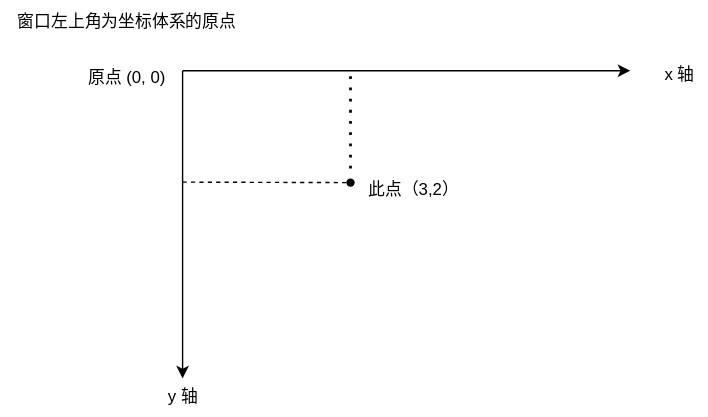
shenbeipiao/Tank keeps this draw.io diagram as pages/坦克大战.drawio.svg. Above is the earlier version. Source tidied: cells renumbered, new cells last; positions are measured from the earlier drawing's top-left corner, leaving out a move shared by most shapes.
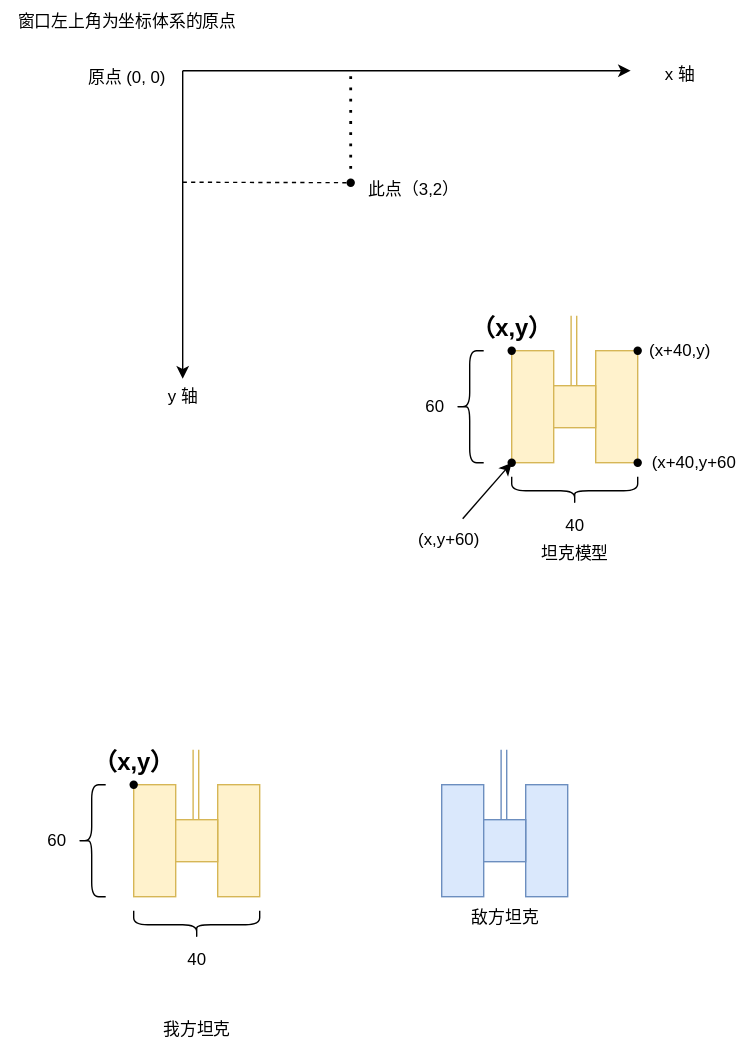
The same file after the commit.

Commit message:
更新坦克大战.drawio.svg

The edit, as a diff of the source:
```diff
@@ -46,5 +46,118 @@
     <mxCell id="12" value="窗口左上角为坐标体系的原点" style="text;html=1;align=center;verticalAlign=middle;strokeColor=none;fillColor=none;" parent="1" vertex="1">
       <mxGeometry width="180" height="30" as="geometry" />
     </mxCell>
+    <mxCell id="13" style="rounded=0;whiteSpace=wrap;html=1;direction=south;fillColor=#fff2cc;strokeColor=#d6b656;" parent="1" vertex="1">
+      <mxGeometry x="95" y="560" width="30" height="80" as="geometry" />
+    </mxCell>
+    <mxCell id="14" style="rounded=0;whiteSpace=wrap;html=1;direction=south;fillColor=#fff2cc;strokeColor=#d6b656;" parent="1" vertex="1">
+      <mxGeometry x="155" y="560" width="30" height="80" as="geometry" />
+    </mxCell>
+    <mxCell id="15" style="whiteSpace=wrap;html=1;fillColor=#fff2cc;strokeColor=#d6b656;" parent="1" vertex="1">
+      <mxGeometry x="125" y="585" width="30" height="30" as="geometry" />
+    </mxCell>
+    <mxCell id="16" style="shape=link;html=1;rounded=0;fillColor=#fff2cc;strokeColor=#d6b656;" parent="1" edge="1">
+      <mxGeometry relative="1" as="geometry">
+        <mxPoint x="139.4" y="535" as="sourcePoint" />
+        <mxPoint x="139.4" y="585" as="targetPoint" />
+      </mxGeometry>
+    </mxCell>
+    <mxCell id="17" value="我方坦克" style="text;html=1;align=center;verticalAlign=middle;strokeColor=none;fillColor=none;" parent="1" vertex="1">
+      <mxGeometry x="105" y="720" width="70" height="30" as="geometry" />
+    </mxCell>
+    <mxCell id="18" style="rounded=0;whiteSpace=wrap;html=1;direction=south;fillColor=#dae8fc;strokeColor=#6c8ebf;" parent="1" vertex="1">
+      <mxGeometry x="315" y="560" width="30" height="80" as="geometry" />
+    </mxCell>
+    <mxCell id="19" style="rounded=0;whiteSpace=wrap;html=1;direction=south;fillColor=#dae8fc;strokeColor=#6c8ebf;" parent="1" vertex="1">
+      <mxGeometry x="375" y="560" width="30" height="80" as="geometry" />
+    </mxCell>
+    <mxCell id="20" style="whiteSpace=wrap;html=1;fillColor=#dae8fc;strokeColor=#6c8ebf;" parent="1" vertex="1">
+      <mxGeometry x="345" y="585" width="30" height="30" as="geometry" />
+    </mxCell>
+    <mxCell id="21" style="shape=link;html=1;rounded=0;fillColor=#dae8fc;strokeColor=#6c8ebf;" parent="1" edge="1">
+      <mxGeometry relative="1" as="geometry">
+        <mxPoint x="359.4" y="535" as="sourcePoint" />
+        <mxPoint x="359.4" y="585" as="targetPoint" />
+      </mxGeometry>
+    </mxCell>
+    <mxCell id="22" value="敌方坦克" style="text;html=1;align=center;verticalAlign=middle;strokeColor=none;fillColor=none;" parent="1" vertex="1">
+      <mxGeometry x="325" y="640" width="70" height="30" as="geometry" />
+    </mxCell>
+    <mxCell id="23" value="（x,y）" style="text;html=1;align=center;verticalAlign=middle;strokeColor=none;fillColor=none;fontStyle=1;fontSize=17;" parent="1" vertex="1">
+      <mxGeometry x="55" y="530" width="80" height="30" as="geometry" />
+    </mxCell>
+    <mxCell id="24" style="shape=curlyBracket;whiteSpace=wrap;html=1;rounded=1;labelPosition=left;verticalLabelPosition=middle;align=right;verticalAlign=middle;" parent="1" vertex="1">
+      <mxGeometry x="55" y="560" width="20" height="80" as="geometry" />
+    </mxCell>
+    <mxCell id="25" value="60" style="text;html=1;align=center;verticalAlign=middle;strokeColor=none;fillColor=none;" parent="1" vertex="1">
+      <mxGeometry x="20" y="585" width="40" height="30" as="geometry" />
+    </mxCell>
+    <mxCell id="26" style="shape=curlyBracket;whiteSpace=wrap;html=1;rounded=1;labelPosition=left;verticalLabelPosition=middle;align=right;verticalAlign=middle;direction=north;" parent="1" vertex="1">
+      <mxGeometry x="95" y="650" width="90" height="20" as="geometry" />
+    </mxCell>
+    <mxCell id="27" value="40" style="text;html=1;align=center;verticalAlign=middle;strokeColor=none;fillColor=none;" parent="1" vertex="1">
+      <mxGeometry x="120" y="670" width="40" height="30" as="geometry" />
+    </mxCell>
+    <mxCell id="28" style="shape=waypoint;sketch=0;fillStyle=solid;size=6;fillColor=none;perimeter=centerPerimeter;" parent="1" vertex="1">
+      <mxGeometry x="85" y="550" width="20" height="20" as="geometry" />
+    </mxCell>
+    <mxCell id="29" style="rounded=0;whiteSpace=wrap;html=1;direction=south;fillColor=#fff2cc;strokeColor=#d6b656;" parent="1" vertex="1">
+      <mxGeometry x="365" y="250" width="30" height="80" as="geometry" />
+    </mxCell>
+    <mxCell id="30" style="rounded=0;whiteSpace=wrap;html=1;direction=south;fillColor=#fff2cc;strokeColor=#d6b656;" parent="1" vertex="1">
+      <mxGeometry x="425" y="250" width="30" height="80" as="geometry" />
+    </mxCell>
+    <mxCell id="31" style="whiteSpace=wrap;html=1;fillColor=#fff2cc;strokeColor=#d6b656;" parent="1" vertex="1">
+      <mxGeometry x="395" y="275" width="30" height="30" as="geometry" />
+    </mxCell>
+    <mxCell id="32" style="shape=link;html=1;rounded=0;fillColor=#fff2cc;strokeColor=#d6b656;" parent="1" edge="1">
+      <mxGeometry relative="1" as="geometry">
+        <mxPoint x="409.4" y="225" as="sourcePoint" />
+        <mxPoint x="409.4" y="275" as="targetPoint" />
+      </mxGeometry>
+    </mxCell>
+    <mxCell id="33" value="（x,y）" style="text;html=1;align=center;verticalAlign=middle;strokeColor=none;fillColor=none;fontStyle=1;fontSize=17;" parent="1" vertex="1">
+      <mxGeometry x="325" y="220" width="80" height="30" as="geometry" />
+    </mxCell>
+    <mxCell id="34" style="shape=curlyBracket;whiteSpace=wrap;html=1;rounded=1;labelPosition=left;verticalLabelPosition=middle;align=right;verticalAlign=middle;" parent="1" vertex="1">
+      <mxGeometry x="325" y="250" width="20" height="80" as="geometry" />
+    </mxCell>
+    <mxCell id="35" value="60" style="text;html=1;align=center;verticalAlign=middle;strokeColor=none;fillColor=none;" parent="1" vertex="1">
+      <mxGeometry x="290" y="275" width="40" height="30" as="geometry" />
+    </mxCell>
+    <mxCell id="36" style="shape=curlyBracket;whiteSpace=wrap;html=1;rounded=1;labelPosition=left;verticalLabelPosition=middle;align=right;verticalAlign=middle;direction=north;" parent="1" vertex="1">
+      <mxGeometry x="365" y="340" width="90" height="20" as="geometry" />
+    </mxCell>
+    <mxCell id="37" value="40" style="text;html=1;align=center;verticalAlign=middle;strokeColor=none;fillColor=none;" parent="1" vertex="1">
+      <mxGeometry x="390" y="360" width="40" height="30" as="geometry" />
+    </mxCell>
+    <mxCell id="38" style="shape=waypoint;sketch=0;fillStyle=solid;size=6;fillColor=none;perimeter=centerPerimeter;" parent="1" vertex="1">
+      <mxGeometry x="355" y="240" width="20" height="20" as="geometry" />
+    </mxCell>
+    <mxCell id="39" value="坦克模型" style="text;html=1;align=center;verticalAlign=middle;strokeColor=none;fillColor=none;" parent="1" vertex="1">
+      <mxGeometry x="375" y="380" width="70" height="30" as="geometry" />
+    </mxCell>
+    <mxCell id="40" value="(x+40,y)" style="text;html=1;align=center;verticalAlign=middle;strokeColor=none;fillColor=none;" parent="1" vertex="1">
+      <mxGeometry x="450" y="235" width="70" height="30" as="geometry" />
+    </mxCell>
+    <mxCell id="41" style="shape=waypoint;sketch=0;fillStyle=solid;size=6;fillColor=none;perimeter=centerPerimeter;" parent="1" vertex="1">
+      <mxGeometry x="445" y="240" width="20" height="20" as="geometry" />
+    </mxCell>
+    <mxCell id="42" value="(x,y+60)" style="text;html=1;align=center;verticalAlign=middle;strokeColor=none;fillColor=none;" parent="1" vertex="1">
+      <mxGeometry x="285" y="370" width="70" height="30" as="geometry" />
+    </mxCell>
+    <mxCell id="43" style="shape=waypoint;sketch=0;fillStyle=solid;size=6;fillColor=none;perimeter=centerPerimeter;" parent="1" vertex="1">
+      <mxGeometry x="445" y="320" width="20" height="20" as="geometry" />
+    </mxCell>
+    <mxCell id="44" value="(x+40,y+60" style="text;html=1;align=center;verticalAlign=middle;strokeColor=none;fillColor=none;" parent="1" vertex="1">
+      <mxGeometry x="455" y="315" width="80" height="30" as="geometry" />
+    </mxCell>
+    <mxCell id="45" style="shape=waypoint;sketch=0;fillStyle=solid;size=6;points=[];fillColor=none;perimeter=centerPerimeter;snapToPoint=1;" parent="1" vertex="1">
+      <mxGeometry x="355" y="320" width="20" height="20" as="geometry" />
+    </mxCell>
+    <mxCell id="46" style="endArrow=classic;html=1;rounded=0;entryX=0.35;entryY=0.623;entryDx=0;entryDy=0;entryPerimeter=0;" parent="1" edge="1" target="45">
+      <mxGeometry relative="1" as="geometry">
+        <mxPoint x="330" y="370" as="sourcePoint" />
+      </mxGeometry>
+    </mxCell>
   </root>
 </mxGraphModel>
```
